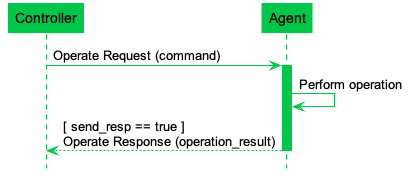
BroadbandForum/usp keeps this PlantUML diagram as docs/specification/messages/synchronous_operation.png. Above is the earlier version. The source it was exported from:
```plantuml
@startuml



hide circle
hide empty description
hide footbox

skinparam backgroundColor Transparent
skinparam defaultFontName arial
skinparam shadowing false

skinparam arrowColor #00c749

skinparam Class {
  backgroundColor Transparent
  borderColor #00c749
  borderThickness 1
}

skinparam Activity {
  backgroundColor Transparent
  borderColor #00c749
  DiamondBackgroundColor White
  DiamondBorderColor #00c749
}

skinparam Object {
  backgroundColor Transparent
  borderColor #00c749
}

skinparam Component {
  backgroundColor Transparent
  borderColor #00c749
}

skinparam Interface {
  backgroundColor Transparent
  borderColor #00c749
}

skinparam Note {
  backgroundColor #e6ebef
  borderColor #00c749
}

skinparam Package {
  backgroundColor Transparent
  fontSize 11
  fontStyle normal
  borderColor #00c749
}

skinparam Sequence {
  actorBorderColor #135056
  boxBackgroundColor WhiteSmoke
  boxBorderColor #ccd4e1
  groupBorderColor #135056
  groupBackgroundColor #ccd4e1
  lifeLineBorderColor #00c749
  lifeLineBackgroundColor #00c749
  participantBackgroundColor #00c749
  participantBorderColor #00c749
}

skinparam State {
  backgroundColor Transparent
  borderColor #00c749
}

participant Controller as C
participant Agent as A

C -> A : Operate Request (command)
activate A

A -> A : Perform operation

A --> C : [ send_resp == true ]\nOperate Response (operation_result)
deactivate A

@enduml
```
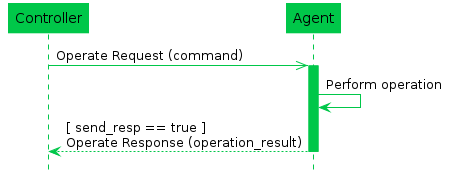
After the commit.

Change to the diagram source:
```diff
@@ -1,4 +1,5 @@
 @startuml
+
 
 
 
@@ -6,47 +7,47 @@
 hide empty description
 hide footbox
 
-skinparam backgroundColor Transparent
+skinparam backgroundColor undefined
 skinparam defaultFontName arial
 skinparam shadowing false
 
 skinparam arrowColor #00c749
 
 skinparam Class {
-  backgroundColor Transparent
+  backgroundColor undefined
   borderColor #00c749
   borderThickness 1
 }
 
 skinparam Activity {
-  backgroundColor Transparent
+  backgroundColor undefined
   borderColor #00c749
-  DiamondBackgroundColor White
+  DiamondBackgroundColor undefined
   DiamondBorderColor #00c749
 }
 
 skinparam Object {
-  backgroundColor Transparent
+  backgroundColor undefined
   borderColor #00c749
 }
 
 skinparam Component {
-  backgroundColor Transparent
+  backgroundColor undefined
   borderColor #00c749
 }
 
 skinparam Interface {
-  backgroundColor Transparent
+  backgroundColor undefined
   borderColor #00c749
 }
 
 skinparam Note {
   backgroundColor #e6ebef
-  borderColor #00c749
+  borderColor #135056
 }
 
 skinparam Package {
-  backgroundColor Transparent
+  backgroundColor undefined
   fontSize 11
   fontStyle normal
   borderColor #00c749
@@ -65,14 +66,14 @@
 }
 
 skinparam State {
-  backgroundColor Transparent
+  backgroundColor undefined
   borderColor #00c749
 }
 
 participant Controller as C
 participant Agent as A
 
-C -> A : Operate Request (command)
+C ->> A : Operate Request (command)
 activate A
 
 A -> A : Perform operation
```
